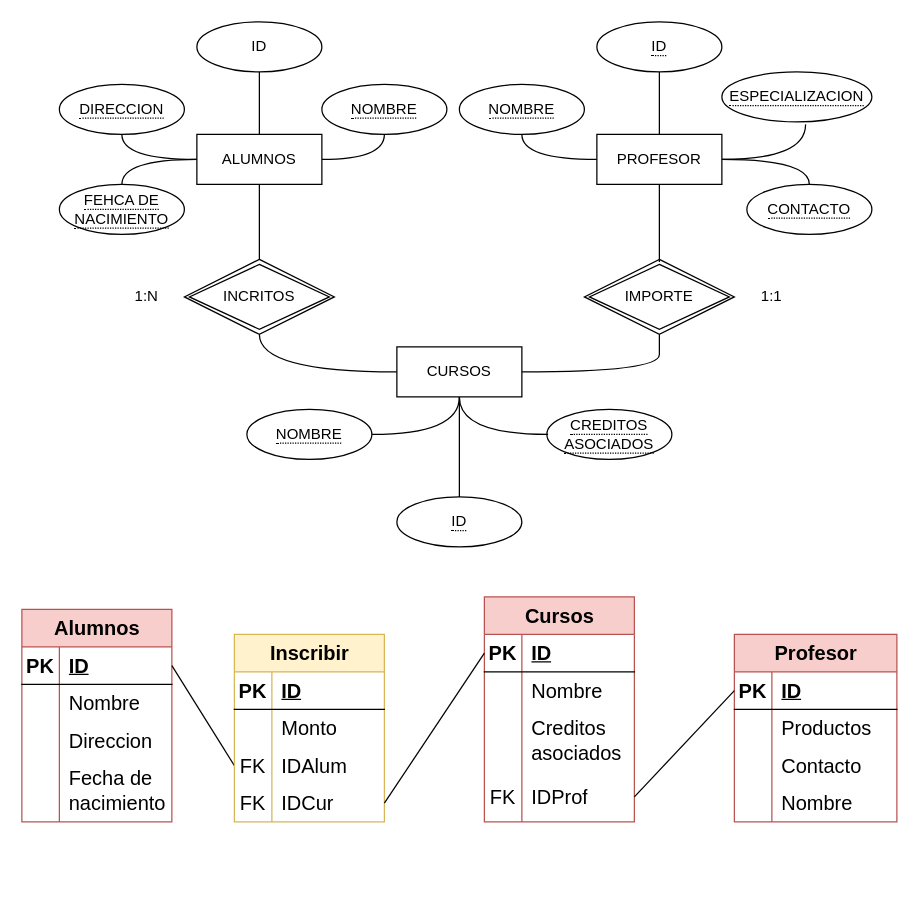
This is page "EJERCICIO (UNI)" (4 of 4) of Relacion_entidad.io.drawio from leoandyaz/Base-de-datos, a draw.io file, before an edit. Source tidied: cells renumbered, new cells numbered last; positions are measured from the earlier drawing's top-left corner, leaving out a move shared by most shapes. Both pictures are drawn from the tidied source at 125%, with x=0, y=0 at pixel (21, 21).
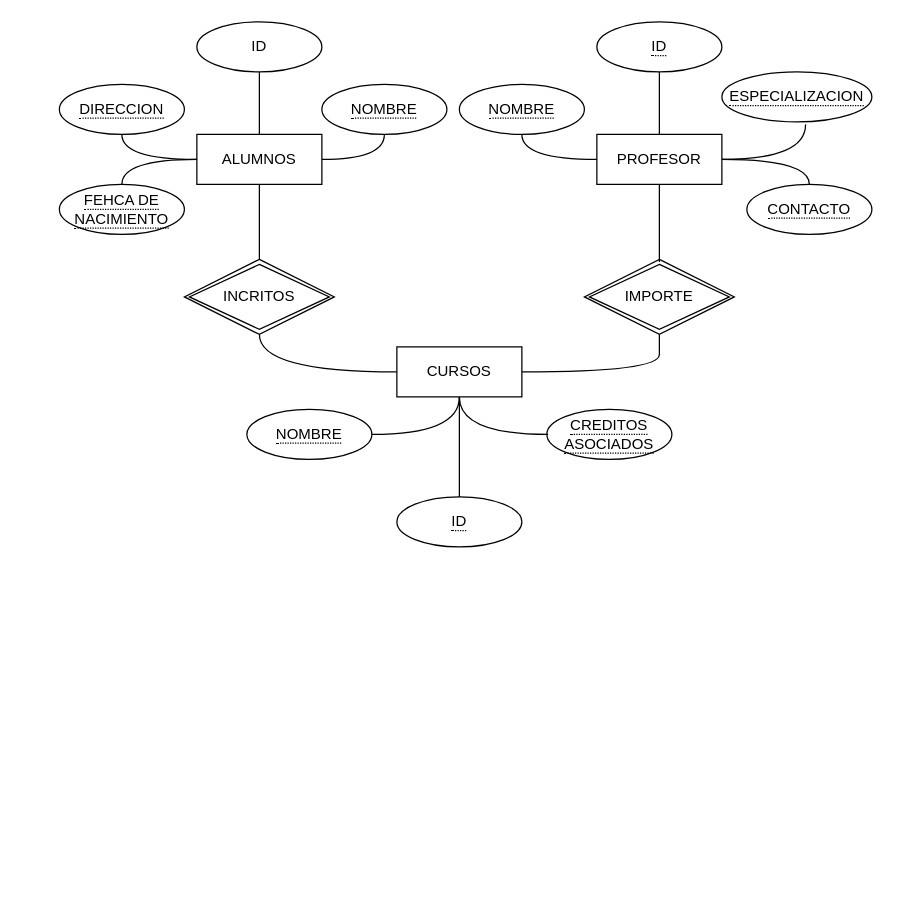
The same page after the edit.

What changed in the source:
```diff
@@
-    <mxCell id="33" value="Alumnos" style="shape=table;startSize=30;childLayout=tableLayout;rowLines=0;fontStyle=1;align=center;html=1;fontSize=16;fillColor=#f8cecc;strokeColor=#b85450;" parent="1" vertex="1">
-      <mxGeometry y="470" width="120" height="170" as="geometry" />
-    </mxCell>
-    <mxCell id="34" style="shape=tableRow;horizontal=0;startSize=0;swimlaneHead=0;swimlaneBody=0;fillColor=none;points=[[0,0.5],[1,0.5]];portConstraint=eastwest;top=0;left=0;right=0;bottom=1;fontSize=16;" parent="33" vertex="1">
-      <mxGeometry y="30" width="120" height="30" as="geometry" />
-    </mxCell>
-    <mxCell id="35" value="PK" style="shape=partialRectangle;fillColor=none;top=0;left=0;bottom=0;right=0;fontStyle=1;overflow=hidden;whiteSpace=wrap;html=1;fontSize=16;" parent="34" vertex="1">
-      <mxGeometry width="30" height="30" as="geometry" />
-    </mxCell>
-    <mxCell id="36" value="ID" style="shape=partialRectangle;fillColor=none;top=0;left=0;bottom=0;right=0;align=left;spacingLeft=6;fontStyle=5;overflow=hidden;whiteSpace=wrap;html=1;fontSize=16;" parent="34" vertex="1">
-      <mxGeometry x="30" width="90" height="30" as="geometry" />
-    </mxCell>
-    <mxCell id="37" style="shape=tableRow;horizontal=0;startSize=0;swimlaneHead=0;swimlaneBody=0;fillColor=none;top=0;left=0;right=0;bottom=0;fontSize=16;" parent="33" vertex="1">
-      <mxGeometry y="60" width="120" height="30" as="geometry" />
-    </mxCell>
-    <mxCell id="38" style="shape=partialRectangle;fillColor=none;top=0;left=0;bottom=0;right=0;overflow=hidden;whiteSpace=wrap;html=1;fontSize=16;" parent="37" vertex="1">
-      <mxGeometry width="30" height="30" as="geometry" />
-    </mxCell>
-    <mxCell id="39" value="Nombre" style="shape=partialRectangle;fillColor=none;top=0;left=0;bottom=0;right=0;align=left;spacingLeft=6;overflow=hidden;whiteSpace=wrap;html=1;fontSize=16;" parent="37" vertex="1">
-      <mxGeometry x="30" width="90" height="30" as="geometry" />
-    </mxCell>
-    <mxCell id="40" style="shape=tableRow;horizontal=0;startSize=0;swimlaneHead=0;swimlaneBody=0;fillColor=none;top=0;left=0;right=0;bottom=0;fontSize=16;" parent="33" vertex="1">
-      <mxGeometry y="90" width="120" height="30" as="geometry" />
-    </mxCell>
-    <mxCell id="41" style="shape=partialRectangle;fillColor=none;top=0;left=0;bottom=0;right=0;overflow=hidden;whiteSpace=wrap;html=1;fontSize=16;" parent="40" vertex="1">
-      <mxGeometry width="30" height="30" as="geometry" />
-    </mxCell>
-    <mxCell id="42" value="Direccion" style="shape=partialRectangle;fillColor=none;top=0;left=0;bottom=0;right=0;align=left;spacingLeft=6;overflow=hidden;whiteSpace=wrap;html=1;fontSize=16;" parent="40" vertex="1">
-      <mxGeometry x="30" width="90" height="30" as="geometry" />
-    </mxCell>
-    <mxCell id="43" style="shape=tableRow;horizontal=0;startSize=0;swimlaneHead=0;swimlaneBody=0;fillColor=none;top=0;left=0;right=0;bottom=0;fontSize=16;" parent="33" vertex="1">
-      <mxGeometry y="120" width="120" height="50" as="geometry" />
-    </mxCell>
-    <mxCell id="44" style="shape=partialRectangle;fillColor=none;top=0;left=0;bottom=0;right=0;overflow=hidden;whiteSpace=wrap;html=1;fontSize=16;" parent="43" vertex="1">
-      <mxGeometry width="30" height="50" as="geometry" />
-    </mxCell>
-    <mxCell id="45" value="Fecha de nacimiento" style="shape=partialRectangle;fillColor=none;top=0;left=0;bottom=0;right=0;align=left;spacingLeft=6;overflow=hidden;whiteSpace=wrap;html=1;fontSize=16;" parent="43" vertex="1">
-      <mxGeometry x="30" width="90" height="50" as="geometry" />
-    </mxCell>
-    <mxCell id="46" value="Profesor" style="shape=table;startSize=30;childLayout=tableLayout;rowLines=0;fontStyle=1;align=center;html=1;fontSize=16;fillColor=#f8cecc;strokeColor=#b85450;" parent="1" vertex="1">
-      <mxGeometry x="570" y="490" width="130" height="150" as="geometry" />
-    </mxCell>
-    <mxCell id="47" style="shape=tableRow;horizontal=0;startSize=0;swimlaneHead=0;swimlaneBody=0;fillColor=none;points=[[0,0.5],[1,0.5]];portConstraint=eastwest;top=0;left=0;right=0;bottom=1;fontSize=16;" parent="46" vertex="1">
-      <mxGeometry y="30" width="130" height="30" as="geometry" />
-    </mxCell>
-    <mxCell id="48" value="PK" style="shape=partialRectangle;fillColor=none;top=0;left=0;bottom=0;right=0;fontStyle=1;overflow=hidden;whiteSpace=wrap;html=1;fontSize=16;" parent="47" vertex="1">
-      <mxGeometry width="30" height="30" as="geometry" />
-    </mxCell>
-    <mxCell id="49" value="ID" style="shape=partialRectangle;fillColor=none;top=0;left=0;bottom=0;right=0;align=left;spacingLeft=6;fontStyle=5;overflow=hidden;whiteSpace=wrap;html=1;fontSize=16;" parent="47" vertex="1">
-      <mxGeometry x="30" width="100" height="30" as="geometry" />
-    </mxCell>
-    <mxCell id="50" style="shape=tableRow;horizontal=0;startSize=0;swimlaneHead=0;swimlaneBody=0;fillColor=none;top=0;left=0;right=0;bottom=0;fontSize=16;" parent="46" vertex="1">
-      <mxGeometry y="60" width="130" height="30" as="geometry" />
-    </mxCell>
-    <mxCell id="51" style="shape=partialRectangle;fillColor=none;top=0;left=0;bottom=0;right=0;overflow=hidden;whiteSpace=wrap;html=1;fontSize=16;" parent="50" vertex="1">
-      <mxGeometry width="30" height="30" as="geometry" />
-    </mxCell>
-    <mxCell id="52" value="Productos" style="shape=partialRectangle;fillColor=none;top=0;left=0;bottom=0;right=0;align=left;spacingLeft=6;overflow=hidden;whiteSpace=wrap;html=1;fontSize=16;" parent="50" vertex="1">
-      <mxGeometry x="30" width="100" height="30" as="geometry" />
-    </mxCell>
-    <mxCell id="53" style="shape=tableRow;horizontal=0;startSize=0;swimlaneHead=0;swimlaneBody=0;fillColor=none;top=0;left=0;right=0;bottom=0;fontSize=16;" parent="46" vertex="1">
-      <mxGeometry y="90" width="130" height="30" as="geometry" />
-    </mxCell>
-    <mxCell id="54" style="shape=partialRectangle;fillColor=none;top=0;left=0;bottom=0;right=0;overflow=hidden;whiteSpace=wrap;html=1;fontSize=16;" parent="53" vertex="1">
-      <mxGeometry width="30" height="30" as="geometry" />
-    </mxCell>
-    <mxCell id="55" value="Contacto" style="shape=partialRectangle;fillColor=none;top=0;left=0;bottom=0;right=0;align=left;spacingLeft=6;overflow=hidden;whiteSpace=wrap;html=1;fontSize=16;" parent="53" vertex="1">
-      <mxGeometry x="30" width="100" height="30" as="geometry" />
-    </mxCell>
-    <mxCell id="56" style="shape=tableRow;horizontal=0;startSize=0;swimlaneHead=0;swimlaneBody=0;fillColor=none;top=0;left=0;right=0;bottom=0;fontSize=16;" parent="46" vertex="1">
-      <mxGeometry y="120" width="130" height="30" as="geometry" />
-    </mxCell>
-    <mxCell id="57" style="shape=partialRectangle;fillColor=none;top=0;left=0;bottom=0;right=0;overflow=hidden;whiteSpace=wrap;html=1;fontSize=16;" parent="56" vertex="1">
-      <mxGeometry width="30" height="30" as="geometry" />
-    </mxCell>
-    <mxCell id="58" value="Nombre" style="shape=partialRectangle;fillColor=none;top=0;left=0;bottom=0;right=0;align=left;spacingLeft=6;overflow=hidden;whiteSpace=wrap;html=1;fontSize=16;" parent="56" vertex="1">
-      <mxGeometry x="30" width="100" height="30" as="geometry" />
-    </mxCell>
-    <mxCell id="59" style="shape=partialRectangle;fillColor=none;top=0;left=0;bottom=0;right=0;overflow=hidden;whiteSpace=wrap;html=1;fontSize=16;" parent="1" vertex="1">
-      <mxGeometry x="10" y="640" width="30" height="50" as="geometry" />
-    </mxCell>
-    <mxCell id="60" value="Cursos" style="shape=table;startSize=30;childLayout=tableLayout;rowLines=0;fontStyle=1;align=center;html=1;fontSize=16;fillColor=#f8cecc;strokeColor=#b85450;" parent="1" vertex="1">
-      <mxGeometry x="370" y="460" width="120" height="180" as="geometry" />
-    </mxCell>
-    <mxCell id="61" style="shape=tableRow;horizontal=0;startSize=0;swimlaneHead=0;swimlaneBody=0;fillColor=none;points=[[0,0.5],[1,0.5]];portConstraint=eastwest;top=0;left=0;right=0;bottom=1;fontSize=16;" parent="60" vertex="1">
-      <mxGeometry y="30" width="120" height="30" as="geometry" />
-    </mxCell>
-    <mxCell id="62" value="PK" style="shape=partialRectangle;fillColor=none;top=0;left=0;bottom=0;right=0;fontStyle=1;overflow=hidden;whiteSpace=wrap;html=1;fontSize=16;" parent="61" vertex="1">
-      <mxGeometry width="30" height="30" as="geometry" />
-    </mxCell>
-    <mxCell id="63" value="ID" style="shape=partialRectangle;fillColor=none;top=0;left=0;bottom=0;right=0;align=left;spacingLeft=6;fontStyle=5;overflow=hidden;whiteSpace=wrap;html=1;fontSize=16;" parent="61" vertex="1">
-      <mxGeometry x="30" width="90" height="30" as="geometry" />
-    </mxCell>
-    <mxCell id="64" style="shape=tableRow;horizontal=0;startSize=0;swimlaneHead=0;swimlaneBody=0;fillColor=none;top=0;left=0;right=0;bottom=0;fontSize=16;" parent="60" vertex="1">
-      <mxGeometry y="60" width="120" height="30" as="geometry" />
-    </mxCell>
-    <mxCell id="65" style="shape=partialRectangle;fillColor=none;top=0;left=0;bottom=0;right=0;overflow=hidden;whiteSpace=wrap;html=1;fontSize=16;" parent="64" vertex="1">
-      <mxGeometry width="30" height="30" as="geometry" />
-    </mxCell>
-    <mxCell id="66" value="Nombre" style="shape=partialRectangle;fillColor=none;top=0;left=0;bottom=0;right=0;align=left;spacingLeft=6;overflow=hidden;whiteSpace=wrap;html=1;fontSize=16;" parent="64" vertex="1">
-      <mxGeometry x="30" width="90" height="30" as="geometry" />
-    </mxCell>
-    <mxCell id="67" style="shape=tableRow;horizontal=0;startSize=0;swimlaneHead=0;swimlaneBody=0;fillColor=none;top=0;left=0;right=0;bottom=0;fontSize=16;" parent="60" vertex="1">
-      <mxGeometry y="90" width="120" height="50" as="geometry" />
-    </mxCell>
-    <mxCell id="68" style="shape=partialRectangle;fillColor=none;top=0;left=0;bottom=0;right=0;overflow=hidden;whiteSpace=wrap;html=1;fontSize=16;" parent="67" vertex="1">
-      <mxGeometry width="30" height="50" as="geometry" />
-    </mxCell>
-    <mxCell id="69" value="Creditos asociados" style="shape=partialRectangle;fillColor=none;top=0;left=0;bottom=0;right=0;align=left;spacingLeft=6;overflow=hidden;whiteSpace=wrap;html=1;fontSize=16;" parent="67" vertex="1">
-      <mxGeometry x="30" width="90" height="50" as="geometry" />
-    </mxCell>
-    <mxCell id="70" style="shape=tableRow;horizontal=0;startSize=0;swimlaneHead=0;swimlaneBody=0;fillColor=none;points=[[0,0.5],[1,0.5]];portConstraint=eastwest;top=0;left=0;right=0;bottom=0;fontSize=16;" parent="60" vertex="1">
-      <mxGeometry y="140" width="120" height="40" as="geometry" />
-    </mxCell>
-    <mxCell id="71" value="FK" style="shape=partialRectangle;fillColor=none;top=0;left=0;bottom=0;right=0;overflow=hidden;whiteSpace=wrap;html=1;fontSize=16;" parent="70" vertex="1">
-      <mxGeometry width="30" height="40" as="geometry" />
-    </mxCell>
-    <mxCell id="72" value="IDProf" style="shape=partialRectangle;fillColor=none;top=0;left=0;bottom=0;right=0;align=left;spacingLeft=6;overflow=hidden;whiteSpace=wrap;html=1;fontSize=16;" parent="70" vertex="1">
-      <mxGeometry x="30" width="90" height="40" as="geometry" />
-    </mxCell>
-    <mxCell id="73" style="edgeStyle=none;curved=1;rounded=0;jettySize=auto;html=1;entryX=0;entryY=0.5;entryDx=0;entryDy=0;fontSize=12;startSize=8;endSize=8;exitX=1;exitY=0.5;exitDx=0;exitDy=0;endArrow=none;endFill=0;" parent="1" edge="1" source="70" target="47">
-      <mxGeometry relative="1" as="geometry" />
-    </mxCell>
-    <mxCell id="74" style="edgeStyle=none;curved=1;rounded=0;jettySize=auto;html=1;entryX=1;entryY=0.5;entryDx=0;entryDy=0;fontSize=12;startSize=8;endSize=8;exitX=0;exitY=0.5;exitDx=0;exitDy=0;endArrow=none;endFill=0;" parent="1" edge="1" source="82" target="34">
-      <mxGeometry relative="1" as="geometry" />
-    </mxCell>
-    <mxCell id="75" value="Inscribir" style="shape=table;startSize=30;childLayout=tableLayout;rowLines=0;fontStyle=1;align=center;html=1;fontSize=16;fillColor=#fff2cc;strokeColor=#d6b656;" parent="1" vertex="1">
-      <mxGeometry x="170" y="490" width="120" height="150" as="geometry" />
-    </mxCell>
-    <mxCell id="76" style="shape=tableRow;horizontal=0;startSize=0;swimlaneHead=0;swimlaneBody=0;fillColor=none;top=0;left=0;right=0;bottom=1;fontSize=16;" parent="75" vertex="1">
-      <mxGeometry y="30" width="120" height="30" as="geometry" />
-    </mxCell>
-    <mxCell id="77" value="PK" style="shape=partialRectangle;fillColor=none;top=0;left=0;bottom=0;right=0;fontStyle=1;overflow=hidden;whiteSpace=wrap;html=1;fontSize=16;" parent="76" vertex="1">
-      <mxGeometry width="30" height="30" as="geometry" />
-    </mxCell>
-    <mxCell id="78" value="ID" style="shape=partialRectangle;fillColor=none;top=0;left=0;bottom=0;right=0;align=left;spacingLeft=6;fontStyle=5;overflow=hidden;whiteSpace=wrap;html=1;fontSize=16;" parent="76" vertex="1">
-      <mxGeometry x="30" width="90" height="30" as="geometry" />
-    </mxCell>
-    <mxCell id="79" style="shape=tableRow;horizontal=0;startSize=0;swimlaneHead=0;swimlaneBody=0;fillColor=none;top=0;left=0;right=0;bottom=0;fontSize=16;" parent="75" vertex="1">
-      <mxGeometry y="60" width="120" height="30" as="geometry" />
-    </mxCell>
-    <mxCell id="80" style="shape=partialRectangle;fillColor=none;top=0;left=0;bottom=0;right=0;overflow=hidden;whiteSpace=wrap;html=1;fontSize=16;" parent="79" vertex="1">
-      <mxGeometry width="30" height="30" as="geometry" />
-    </mxCell>
-    <mxCell id="81" value="Monto" style="shape=partialRectangle;fillColor=none;top=0;left=0;bottom=0;right=0;align=left;spacingLeft=6;overflow=hidden;whiteSpace=wrap;html=1;fontSize=16;" parent="79" vertex="1">
-      <mxGeometry x="30" width="90" height="30" as="geometry" />
-    </mxCell>
-    <mxCell id="82" style="shape=tableRow;horizontal=0;startSize=0;swimlaneHead=0;swimlaneBody=0;fillColor=none;points=[[0,0.5],[1,0.5]];portConstraint=eastwest;top=0;left=0;right=0;bottom=0;fontSize=16;" parent="75" vertex="1">
-      <mxGeometry y="90" width="120" height="30" as="geometry" />
-    </mxCell>
-    <mxCell id="83" value="FK" style="shape=partialRectangle;fillColor=none;top=0;left=0;bottom=0;right=0;overflow=hidden;whiteSpace=wrap;html=1;fontSize=16;" parent="82" vertex="1">
-      <mxGeometry width="30" height="30" as="geometry" />
-    </mxCell>
-    <mxCell id="84" value="IDAlum" style="shape=partialRectangle;fillColor=none;top=0;left=0;bottom=0;right=0;align=left;spacingLeft=6;overflow=hidden;whiteSpace=wrap;html=1;fontSize=16;" parent="82" vertex="1">
-      <mxGeometry x="30" width="90" height="30" as="geometry" />
-    </mxCell>
-    <mxCell id="85" style="shape=tableRow;horizontal=0;startSize=0;swimlaneHead=0;swimlaneBody=0;fillColor=none;points=[[0,0.5],[1,0.5]];portConstraint=eastwest;top=0;left=0;right=0;bottom=0;fontSize=16;" parent="75" vertex="1">
-      <mxGeometry y="120" width="120" height="30" as="geometry" />
-    </mxCell>
-    <mxCell id="86" value="FK" style="shape=partialRectangle;fillColor=none;top=0;left=0;bottom=0;right=0;overflow=hidden;whiteSpace=wrap;html=1;fontSize=16;" parent="85" vertex="1">
-      <mxGeometry width="30" height="30" as="geometry" />
-    </mxCell>
-    <mxCell id="87" value="IDCur" style="shape=partialRectangle;fillColor=none;top=0;left=0;bottom=0;right=0;align=left;spacingLeft=6;overflow=hidden;whiteSpace=wrap;html=1;fontSize=16;" parent="85" vertex="1">
-      <mxGeometry x="30" width="90" height="30" as="geometry" />
-    </mxCell>
-    <mxCell id="88" style="edgeStyle=none;curved=1;rounded=0;jettySize=auto;html=1;entryX=0;entryY=0.5;entryDx=0;entryDy=0;fontSize=12;startSize=8;endSize=8;endArrow=none;endFill=0;exitX=1;exitY=0.5;exitDx=0;exitDy=0;" parent="1" edge="1" source="85" target="61">
-      <mxGeometry relative="1" as="geometry" />
-    </mxCell>
-    <mxCell id="89" value="1:1" style="text;html=1;strokeColor=none;fillColor=none;align=center;verticalAlign=middle;whiteSpace=wrap;rounded=0;" parent="1" vertex="1">
-      <mxGeometry x="570" y="205" width="60" height="30" as="geometry" />
-    </mxCell>
-    <mxCell id="90" value="1:N" style="text;html=1;strokeColor=none;fillColor=none;align=center;verticalAlign=middle;whiteSpace=wrap;rounded=0;" parent="1" vertex="1">
-      <mxGeometry x="70" y="205" width="60" height="30" as="geometry" />
-    </mxCell>
```
